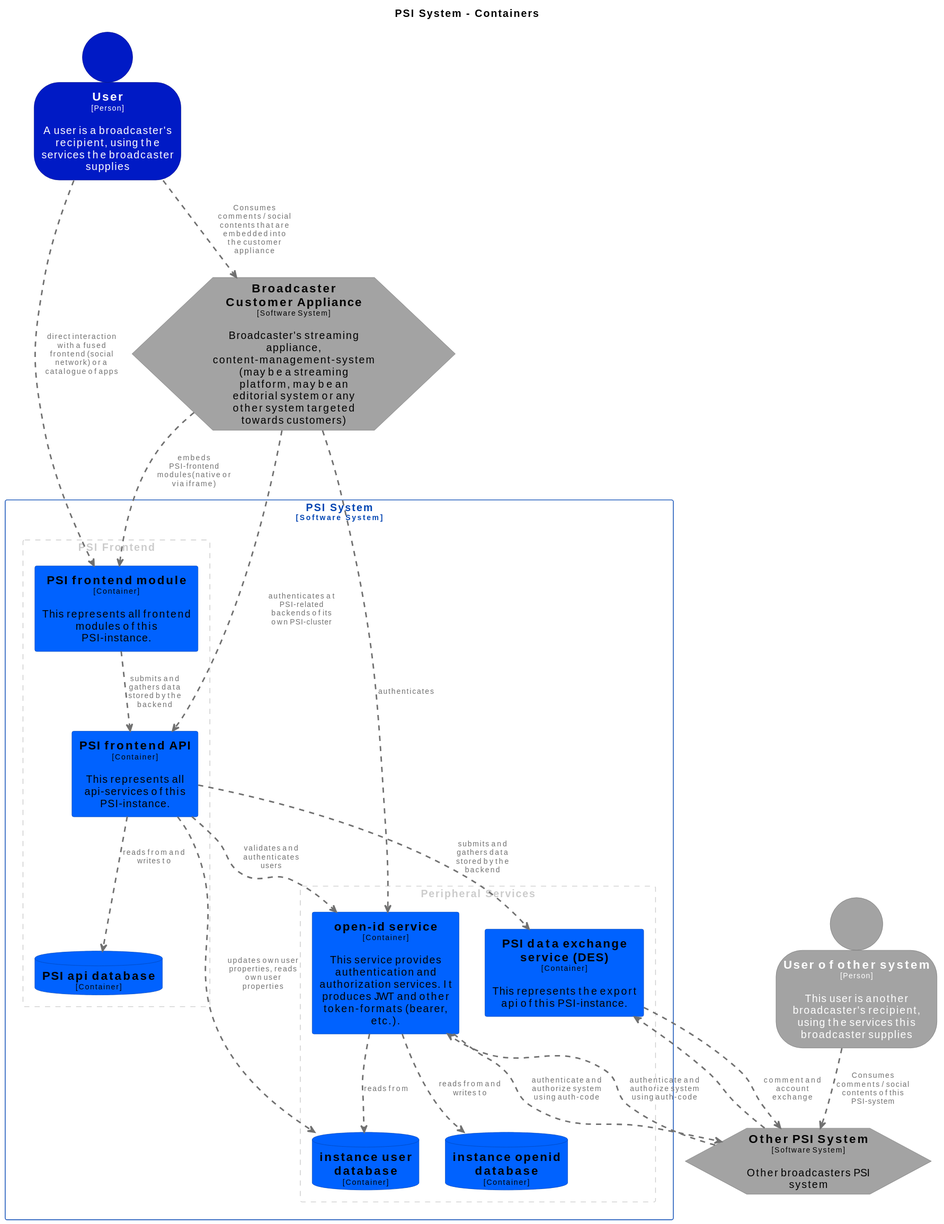
Earlier version of the PlantUML export docs/diagrams/out/structurizr-Containers_own_psi_system.svg (ZDF-Digital/psi-arch-suggestion-zdf).
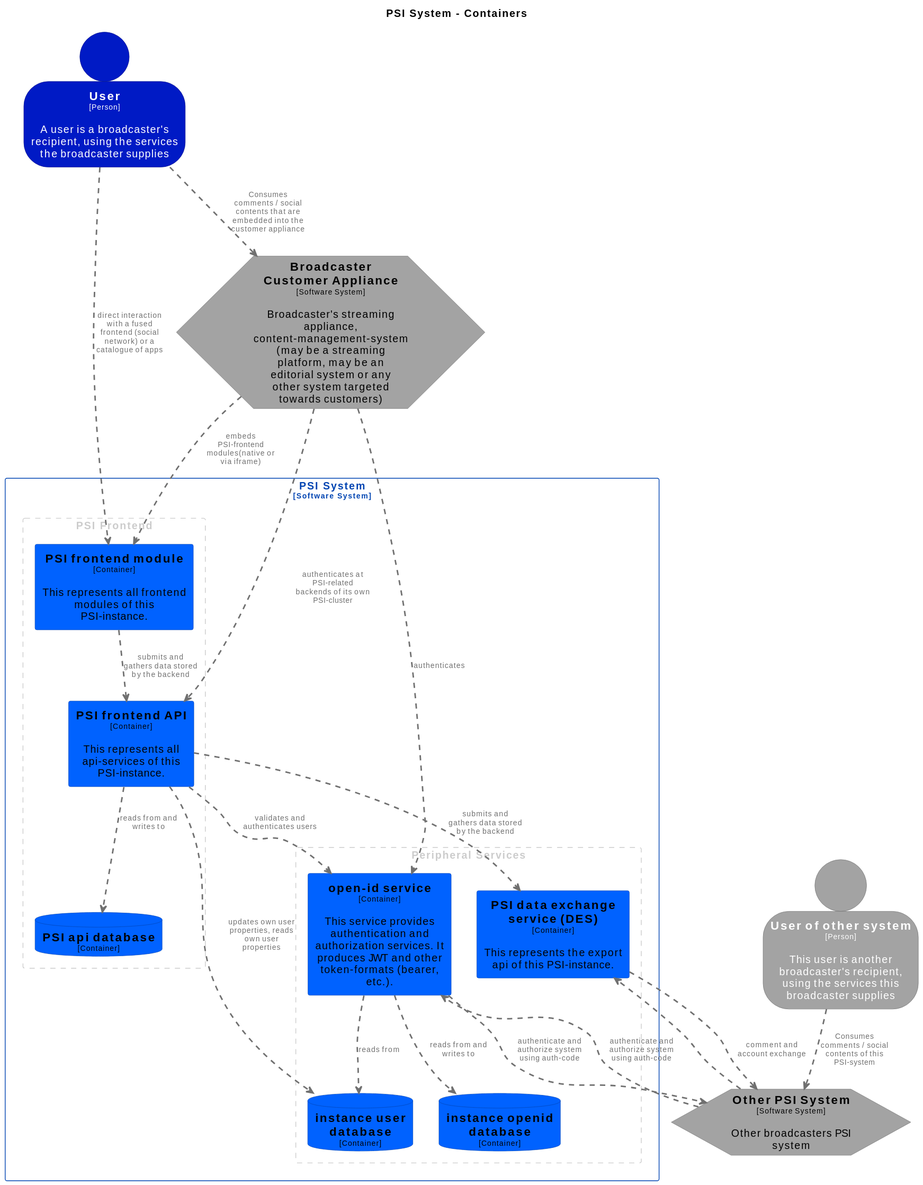
The same file after the commit.

What changed in the source:
```diff
@@ -91,7 +91,7 @@
 hexagon "==Other PSI System\n<size:10>[Software System]</size>\n\nOther broadcasters PSI system" <<OtherPSISystem>> as OtherPSISystem
 
 rectangle "PSI System\n<size:10>[Software System]</size>" <<PSISystem>> {
-rectangle "PSI Frontend" <<group1>> {
+rectangle "PSI Frontend" <<group1>> as group1 {
 skinparam RectangleBorderColor<<group1>> #cccccc
 skinparam RectangleFontColor<<group1>> #cccccc
 skinparam RectangleBorderStyle<<group1>> dashed
@@ -101,7 +101,7 @@
 database "==PSI api database\n<size:10>[Container]</size>" <<PSISystem.PSIapidatabase>> as PSISystem.PSIapidatabase
 }
 
-rectangle "Peripheral Services" <<group2>> {
+rectangle "Peripheral Services" <<group2>> as group2 {
 skinparam RectangleBorderColor<<group2>> #cccccc
 skinparam RectangleFontColor<<group2>> #cccccc
 skinparam RectangleBorderStyle<<group2>> dashed
```
